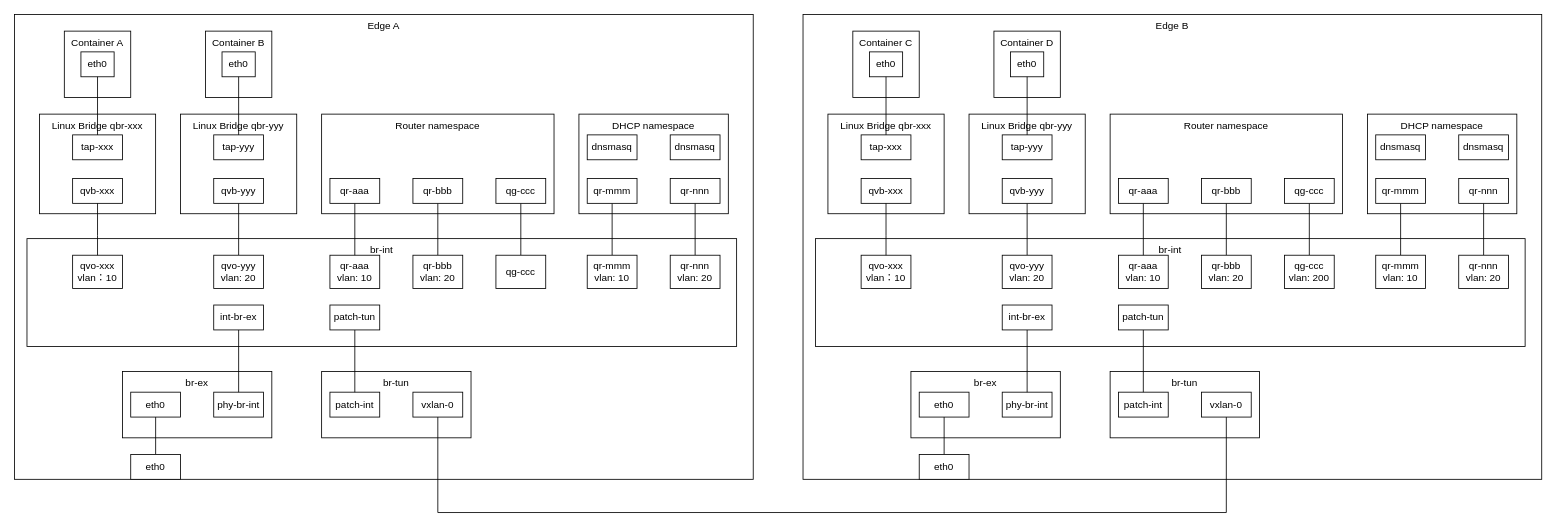
Before: page "多节点跨子网" (4 of 4) of test.drawio in wangkuntian/draw, a draw.io diagram. Source tidied: cells renumbered, new cells numbered last; positions are measured from the earlier drawing's top-left corner, leaving out a move shared by most shapes. Both pictures are drawn from the tidied source at 83%, with x=0, y=0 at pixel (14, 14).
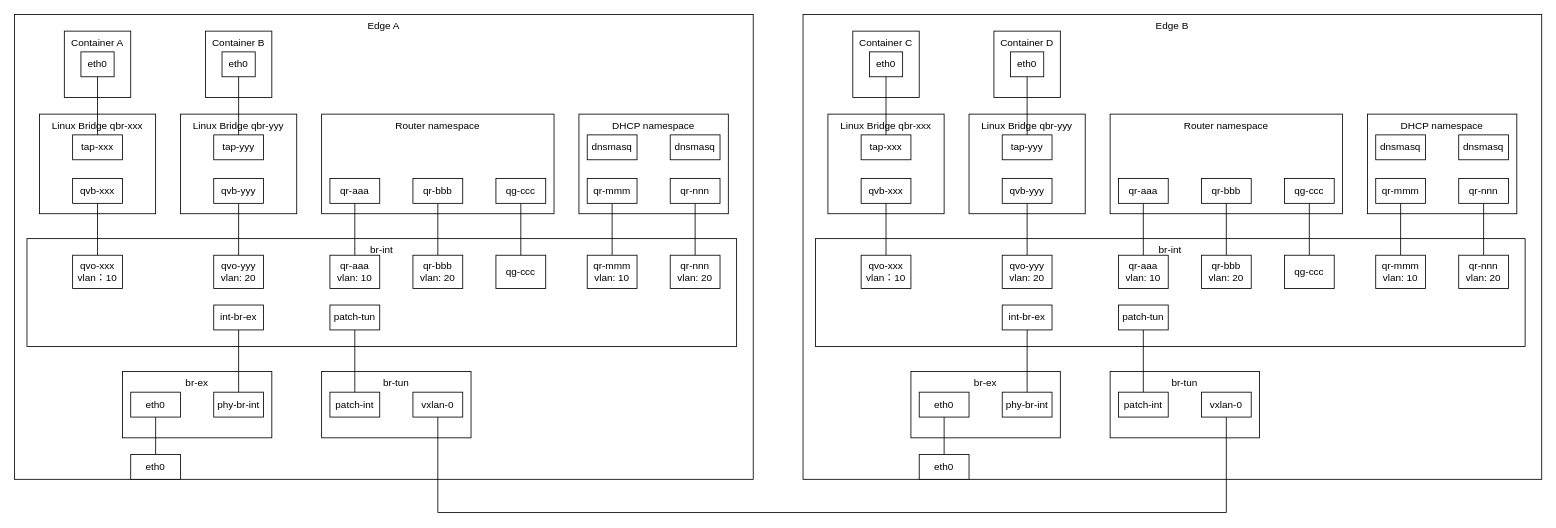
Above is the later version.

The edit, as a diff of the source:
```diff
@@
-    <mxCell id="95" value="qg-ccc&lt;div&gt;vlan: 200&lt;/div&gt;" style="rounded=0;whiteSpace=wrap;html=1;" parent="1" vertex="1">
+    <mxCell id="95" value="qg-ccc" style="rounded=0;whiteSpace=wrap;html=1;" parent="1" vertex="1">
       <mxGeometry x="1530" y="290" width="60" height="40" as="geometry" />
     </mxCell>
```
